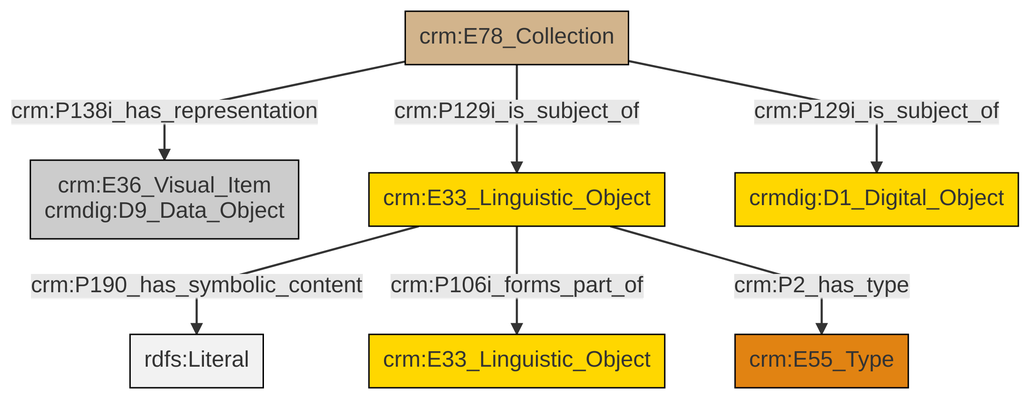
The Mermaid diagram et/archivalCSV/ttl/mmd/png/archival_docs.png in swiss-art-research-net/docs.swissartresearch, before a commit. Its source is kept beside it as et/archivalCSV/ttl/mmd/archival_docs.ttl.mmd.
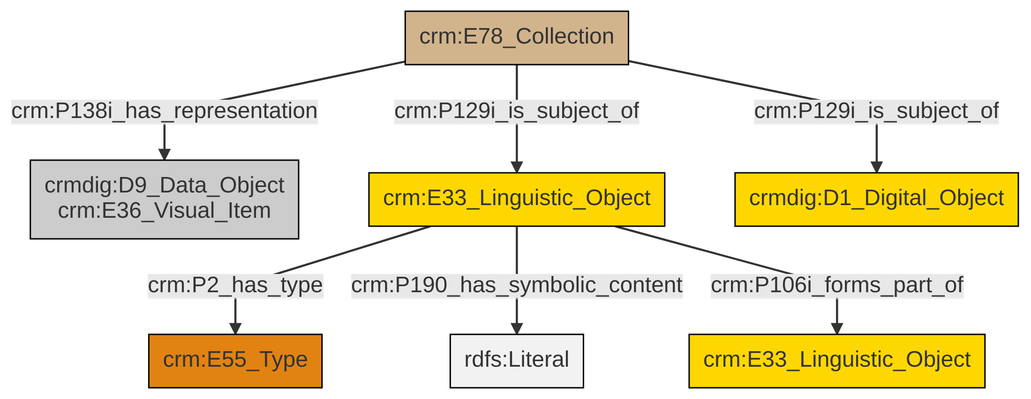
After the change.

What changed in the source:
```diff
@@ -13,9 +13,9 @@
 classDef PC_Classes fill:#4ce600, stroke:#000000;
 classDef Multi fill:#cccccc,stroke:#000000;
 
-0["crm:E78_Collection"]:::Physical_Thing -->|crm:P138i_has_representation| 6["crm:E36_Visual_Item<br>crmdig:D9_Data_Object"]:::Multi
-7["crm:E33_Linguistic_Object"]:::Conceptual_Object -->|crm:P190_has_symbolic_content| 8[rdfs:Literal]:::Literal
-7["crm:E33_Linguistic_Object"]:::Conceptual_Object -->|crm:P106i_forms_part_of| 2["crm:E33_Linguistic_Object"]:::Conceptual_Object
-0["crm:E78_Collection"]:::Physical_Thing -->|crm:P129i_is_subject_of| 10["crmdig:D1_Digital_Object"]:::Conceptual_Object
-0["crm:E78_Collection"]:::Physical_Thing -->|crm:P129i_is_subject_of| 7["crm:E33_Linguistic_Object"]:::Conceptual_Object
-7["crm:E33_Linguistic_Object"]:::Conceptual_Object -->|crm:P2_has_type| 4["crm:E55_Type"]:::Type
+6["crm:E33_Linguistic_Object"]:::Conceptual_Object -->|crm:P2_has_type| 2["crm:E55_Type"]:::Type
+4["crm:E78_Collection"]:::Physical_Thing -->|crm:P129i_is_subject_of| 6["crm:E33_Linguistic_Object"]:::Conceptual_Object
+6["crm:E33_Linguistic_Object"]:::Conceptual_Object -->|crm:P190_has_symbolic_content| 11[rdfs:Literal]:::Literal
+4["crm:E78_Collection"]:::Physical_Thing -->|crm:P138i_has_representation| 0["crmdig:D9_Data_Object<br>crm:E36_Visual_Item"]:::Multi
+6["crm:E33_Linguistic_Object"]:::Conceptual_Object -->|crm:P106i_forms_part_of| 8["crm:E33_Linguistic_Object"]:::Conceptual_Object
+4["crm:E78_Collection"]:::Physical_Thing -->|crm:P129i_is_subject_of| 12["crmdig:D1_Digital_Object"]:::Conceptual_Object
```
